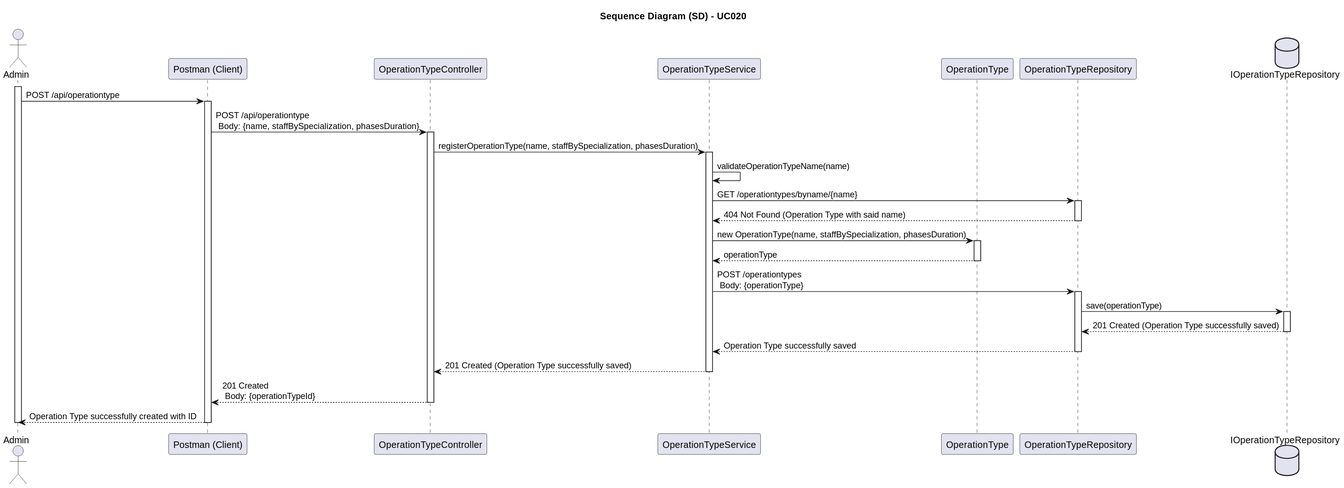
Earlier version of the PlantUML export docs/SprintA/UseCases/UC020/03.design/svg/uc020-sequence-diagram.svg (1221124/sem5pi-24-25-g031).
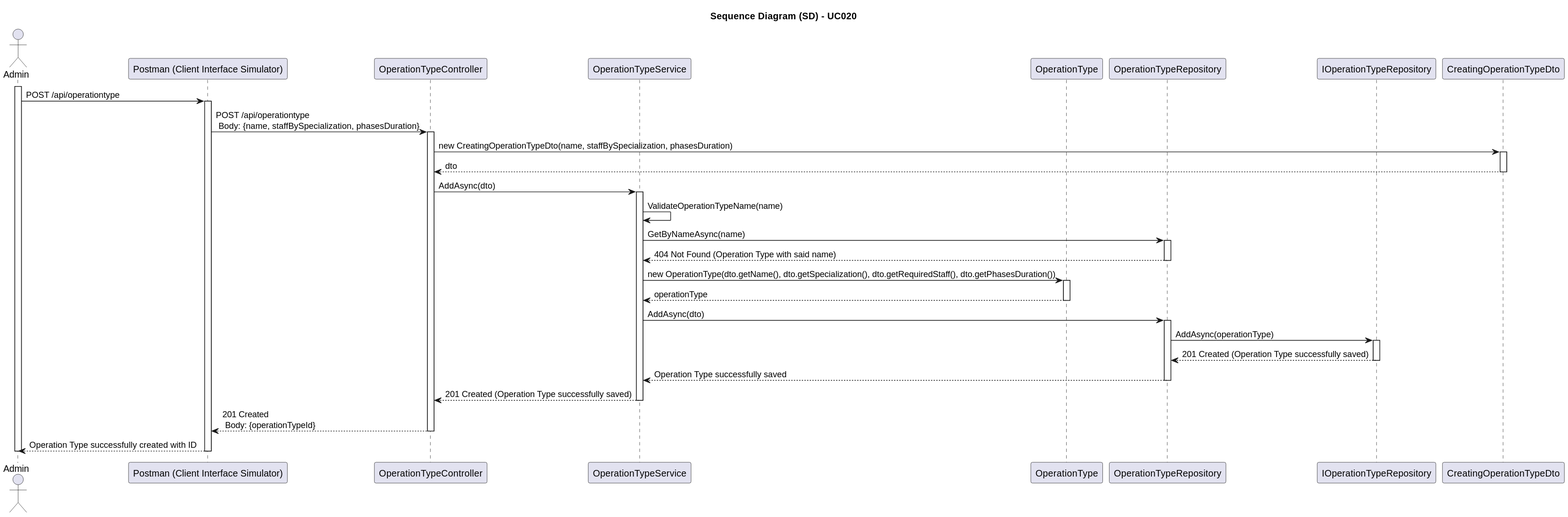
The same file after the commit.

What changed in the source:
```diff
@@ -7,12 +7,13 @@
 title Sequence Diagram (SD) - UC020
 
 actor Admin as Adm
-participant "Postman (Client)" as Client
+participant "Postman (Client Interface Simulator)" as Client
 participant "OperationTypeController" as Controller
 participant "OperationTypeService" as Service
 participant "OperationType" as Domain
 participant "OperationTypeRepository" as Repository
-database "IOperationTypeRepository" as IRepo
+participant "IOperationTypeRepository" as IRepo
+participant "CreatingOperationTypeDto" as Dto
 
 activate Adm
 
@@ -24,13 +25,21 @@
 
         activate Controller
 
-            Controller -> Service: registerOperationType(name, staffBySpecialization, phasesDuration)
+            Controller -> Dto: new CreatingOperationTypeDto(name, staffBySpecialization, phasesDuration)
+
+            activate Dto
+
+                Dto --> Controller: dto
+
+            deactivate Dto
+
+            Controller -> Service: AddAsync(dto)
 
             activate Service
 
-                Service -> Service: validateOperationTypeName(name)
+                Service -> Service: ValidateOperationTypeName(name)
 
-                Service -> Repository: GET /operationtypes/byname/{name}
+                Service -> Repository: GetByNameAsync(name)
 
                 activate Repository
 
@@ -38,7 +47,7 @@
 
                 deactivate Repository
 
-                Service -> Domain: new OperationType(name, staffBySpecialization, phasesDuration)
+                Service -> Domain: new OperationType(dto.getName(), dto.getSpecialization(), dto.getRequiredStaff(), dto.getPhasesDuration())
 
                 activate Domain
 
@@ -46,11 +55,11 @@
 
                 deactivate Domain
 
-                Service -> Repository: POST /operationtypes \n Body: {operationType}
+                Service -> Repository: AddAsync(dto)
 
                 activate Repository
 
-                    Repository -> IRepo: save(operationType)
+                    Repository -> IRepo: AddAsync(operationType)
 
                     activate IRepo
 
```
